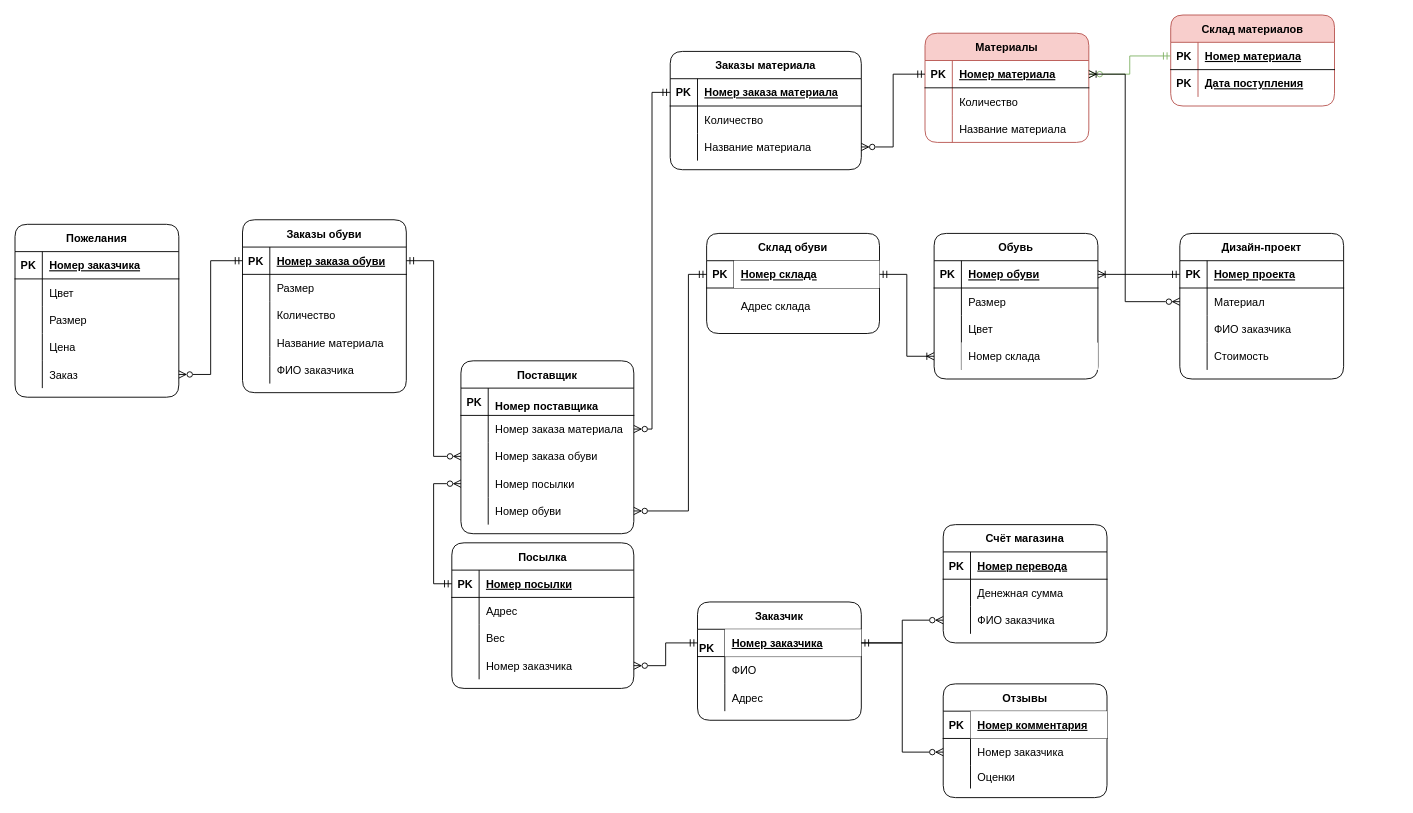
The draw.io diagram page "Page-1" (1 of 2) of Er.drawio in MorozovStanislav/Repozitory, before the edit. Source tidied: cells renumbered, new cells numbered last; positions are measured from the earlier drawing's top-left corner, leaving out a move shared by most shapes. Both pictures are drawn from the tidied source at 91%, with x=0, y=0 at pixel (15, 15).
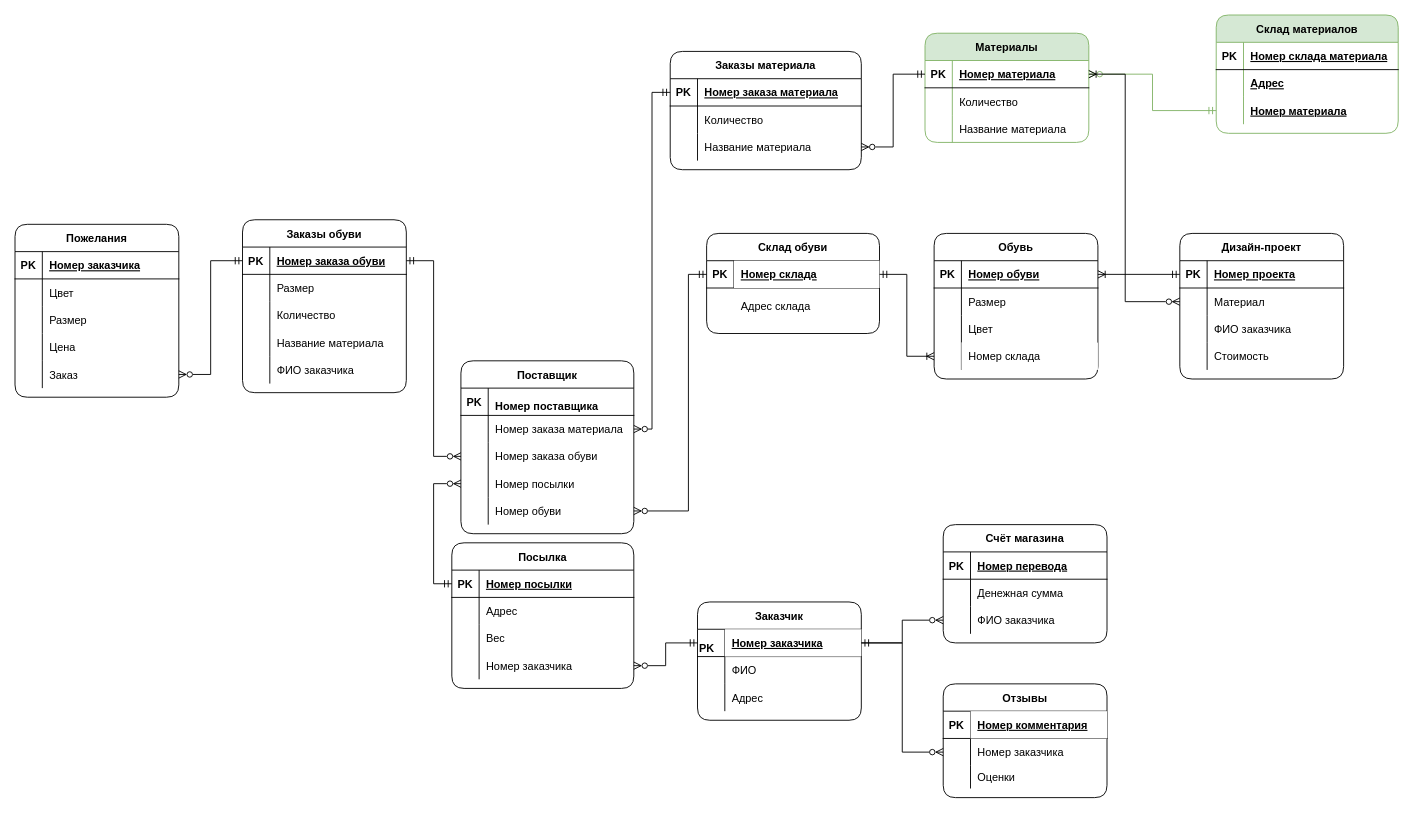
Above is the later version.

Unchanged cells that the change refers to:
```xml
<mxCell id="45" style="shape=partialRectangle;fillColor=none;top=0;left=0;bottom=1;right=0;points=[[0,0.5],[1,0.5]];portConstraint=eastwest;" parent="44" vertex="1">
  <mxGeometry y="30" width="180" height="30" as="geometry" />
</mxCell>
```

The edit, as a diff of the source:
```diff
@@
-    <mxCell id="44" value="Материалы" style="shape=table;startSize=30;childLayout=tableLayout;rowLines=0;fontStyle=1;align=center;rounded=1;fillColor=#f8cecc;strokeColor=#b85450;" parent="1" vertex="1">
+    <mxCell id="44" value="Материалы" style="shape=table;startSize=30;childLayout=tableLayout;rowLines=0;fontStyle=1;align=center;rounded=1;fillColor=#d5e8d4;strokeColor=#82b366;" parent="1" vertex="1">
       <mxGeometry x="1000" y="20" width="180" height="120" as="geometry" />
     </mxCell>
@@
-    <mxCell id="144" value="Склад материалов" style="shape=table;startSize=30;childLayout=tableLayout;rowLines=0;fontStyle=1;align=center;rounded=1;fillColor=#f8cecc;strokeColor=#b85450;" parent="1" vertex="1">
-      <mxGeometry x="1270" width="180" height="100" as="geometry" />
+    <mxCell id="144" value="Склад материалов" style="shape=table;startSize=30;childLayout=tableLayout;rowLines=0;fontStyle=1;align=center;rounded=1;fillColor=#d5e8d4;strokeColor=#82b366;" parent="1" vertex="1">
+      <mxGeometry x="1320" width="200" height="130" as="geometry" />
     </mxCell>
     <mxCell id="145" style="shape=partialRectangle;fillColor=none;top=0;left=0;bottom=1;right=0;points=[[0,0.5],[1,0.5]];portConstraint=eastwest;rounded=1;" parent="144" vertex="1">
-      <mxGeometry y="30" width="180" height="30" as="geometry" />
+      <mxGeometry y="30" width="200" height="30" as="geometry" />
     </mxCell>
@@
-    <mxCell id="147" value="Номер материала" style="shape=partialRectangle;fillColor=none;top=0;left=0;bottom=0;right=0;align=left;spacingLeft=6;fontStyle=5;overflow=hidden;rounded=1;" parent="145" vertex="1">
-      <mxGeometry x="30" width="150" height="30" as="geometry" />
+    <mxCell id="147" value="Номер склада материала" style="shape=partialRectangle;fillColor=none;top=0;left=0;bottom=0;right=0;align=left;spacingLeft=6;fontStyle=5;overflow=hidden;rounded=1;" parent="145" vertex="1">
+      <mxGeometry x="30" width="170" height="30" as="geometry" />
     </mxCell>
     <mxCell id="148" style="shape=partialRectangle;fillColor=none;top=0;left=0;bottom=0;right=0;rounded=1;" parent="144" vertex="1">
-      <mxGeometry y="60" width="180" height="30" as="geometry" />
+      <mxGeometry y="60" width="200" height="30" as="geometry" />
     </mxCell>
-    <mxCell id="149" value="PK" style="shape=partialRectangle;fillColor=none;top=0;left=0;bottom=0;right=0;overflow=hidden;rounded=1;fontStyle=1;" parent="148" vertex="1">
+    <mxCell id="149" style="shape=partialRectangle;fillColor=none;top=0;left=0;bottom=0;right=0;overflow=hidden;rounded=1;fontStyle=1;" parent="148" vertex="1">
       <mxGeometry width="30" height="30" as="geometry" />
     </mxCell>
-    <mxCell id="150" value="Дата поступления" style="shape=partialRectangle;fillColor=none;top=0;left=0;bottom=0;right=0;align=left;spacingLeft=6;overflow=hidden;rounded=1;fontStyle=5;" parent="148" vertex="1">
-      <mxGeometry x="30" width="150" height="30" as="geometry" />
+    <mxCell id="150" value="Адрес" style="shape=partialRectangle;fillColor=none;top=0;left=0;bottom=0;right=0;align=left;spacingLeft=6;overflow=hidden;rounded=1;fontStyle=5;" parent="148" vertex="1">
+      <mxGeometry x="30" width="170" height="30" as="geometry" />
     </mxCell>
+    <mxCell id="172" style="shape=partialRectangle;fillColor=none;top=0;left=0;bottom=0;right=0;points=[[0,0.5],[1,0.5]];portConstraint=eastwest;rounded=1;" parent="144" vertex="1">
+      <mxGeometry y="90" width="200" height="30" as="geometry" />
+    </mxCell>
+    <mxCell id="173" style="shape=partialRectangle;fillColor=none;top=0;left=0;bottom=0;right=0;overflow=hidden;rounded=1;fontStyle=1;" parent="172" vertex="1">
+      <mxGeometry width="30" height="30" as="geometry" />
+    </mxCell>
+    <mxCell id="174" value="Номер материала" style="shape=partialRectangle;fillColor=none;top=0;left=0;bottom=0;right=0;align=left;spacingLeft=6;overflow=hidden;rounded=1;fontStyle=5;" parent="172" vertex="1">
+      <mxGeometry x="30" width="170" height="30" as="geometry" />
+    </mxCell>
@@
-    <mxCell id="166" style="edgeStyle=orthogonalEdgeStyle;rounded=0;jettySize=auto;html=1;fontColor=#000000;startArrow=ERzeroToMany;startFill=0;endArrow=ERmandOne;endFill=0;fillColor=#d5e8d4;strokeColor=#82b366;" parent="1" edge="1" source="45" target="145">
+    <mxCell id="166" style="edgeStyle=orthogonalEdgeStyle;rounded=0;jettySize=auto;html=1;fontColor=#000000;startArrow=ERzeroToMany;startFill=0;endArrow=ERmandOne;endFill=0;fillColor=#d5e8d4;strokeColor=#82b366;" parent="1" edge="1" source="45" target="172">
       <mxGeometry relative="1" as="geometry" />
     </mxCell>
```
